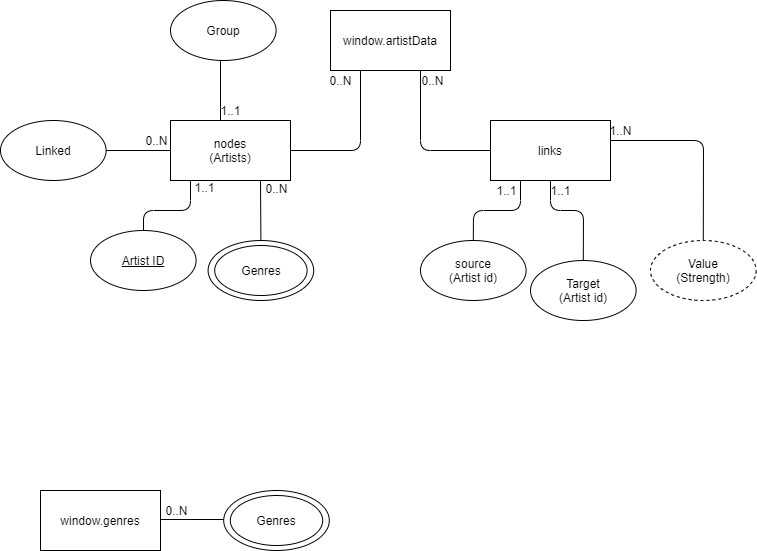
Before: images/Data Schema.png, a diagram exported from draw.io (chiefton117/MusicGraph). Source tidied: cells renumbered, new cells last; positions are measured from the earlier drawing's top-left corner, leaving out a move shared by most shapes. Source of this version:
```xml
<mxGraphModel>
  <root>
    <mxCell id="0" />
    <mxCell id="1" parent="0" />
    <mxCell id="2" value="window.artistData" style="rounded=0;whiteSpace=wrap;html=1;" parent="1" vertex="1">
      <mxGeometry x="330" y="10" width="120" height="60" as="geometry" />
    </mxCell>
    <mxCell id="3" value="nodes&lt;br&gt;(Artists)" style="rounded=0;whiteSpace=wrap;html=1;" parent="1" vertex="1">
      <mxGeometry x="170" y="120" width="120" height="60" as="geometry" />
    </mxCell>
    <mxCell id="4" value="links" style="rounded=0;whiteSpace=wrap;html=1;" parent="1" vertex="1">
      <mxGeometry x="490" y="120" width="120" height="60" as="geometry" />
    </mxCell>
    <mxCell id="5" style="endArrow=none;html=1;entryX=0.25;entryY=1;entryDx=0;entryDy=0;exitX=1;exitY=0.5;exitDx=0;exitDy=0;" parent="1" edge="1" source="3" target="2">
      <mxGeometry relative="1" as="geometry">
        <Array as="points">
          <mxPoint x="360" y="150" />
        </Array>
      </mxGeometry>
    </mxCell>
    <mxCell id="6" style="endArrow=none;html=1;exitX=0.75;exitY=1;exitDx=0;exitDy=0;entryX=0;entryY=0.5;entryDx=0;entryDy=0;" parent="1" edge="1" source="2" target="4">
      <mxGeometry relative="1" as="geometry">
        <Array as="points">
          <mxPoint x="420" y="150" />
        </Array>
      </mxGeometry>
    </mxCell>
    <mxCell id="7" value="0..N" style="text;html=1;align=center;verticalAlign=middle;" parent="1" vertex="1">
      <mxGeometry x="412" y="70" width="40" height="20" as="geometry" />
    </mxCell>
    <mxCell id="8" value="0..N" style="text;html=1;align=center;verticalAlign=middle;" parent="1" vertex="1">
      <mxGeometry x="320" y="70" width="40" height="20" as="geometry" />
    </mxCell>
    <mxCell id="9" value="source&lt;br&gt;(Artist id)" style="ellipse;whiteSpace=wrap;html=1;" parent="1" vertex="1">
      <mxGeometry x="420" y="240" width="105.6" height="60" as="geometry" />
    </mxCell>
    <mxCell id="10" value="Target&lt;br&gt;(Artist id)" style="ellipse;whiteSpace=wrap;html=1;" parent="1" vertex="1">
      <mxGeometry x="530" y="260" width="105.6" height="60" as="geometry" />
    </mxCell>
    <mxCell id="11" value="Value&lt;br&gt;(Strength)" style="ellipse;whiteSpace=wrap;html=1;fillColor=#FFFFFF;dashed=1;" parent="1" vertex="1">
      <mxGeometry x="650" y="240" width="105.6" height="60" as="geometry" />
    </mxCell>
    <mxCell id="12" style="endArrow=none;html=1;exitX=0.5;exitY=0;exitDx=0;exitDy=0;entryX=0.25;entryY=1;entryDx=0;entryDy=0;" parent="1" edge="1" source="9" target="4">
      <mxGeometry relative="1" as="geometry">
        <Array as="points">
          <mxPoint x="473" y="210" />
          <mxPoint x="520" y="210" />
        </Array>
      </mxGeometry>
    </mxCell>
    <mxCell id="13" style="endArrow=none;html=1;entryX=0.5;entryY=1;entryDx=0;entryDy=0;exitX=0.5;exitY=0;exitDx=0;exitDy=0;" parent="1" edge="1" source="10" target="4">
      <mxGeometry relative="1" as="geometry">
        <Array as="points">
          <mxPoint x="583" y="210" />
          <mxPoint x="550" y="210" />
        </Array>
      </mxGeometry>
    </mxCell>
    <mxCell id="14" style="endArrow=none;html=1;entryX=0.5;entryY=1;entryDx=0;entryDy=0;exitX=0.5;exitY=0;exitDx=0;exitDy=0;" parent="1" edge="1" source="11">
      <mxGeometry relative="1" as="geometry">
        <mxPoint x="610" y="140" as="targetPoint" />
        <Array as="points">
          <mxPoint x="703" y="140" />
        </Array>
      </mxGeometry>
    </mxCell>
    <mxCell id="15" value="1..1" style="text;html=1;align=center;verticalAlign=middle;" parent="1" vertex="1">
      <mxGeometry x="485.6" y="180" width="40" height="20" as="geometry" />
    </mxCell>
    <mxCell id="16" value="1..1" style="text;html=1;align=center;verticalAlign=middle;" parent="1" vertex="1">
      <mxGeometry x="540" y="180" width="40" height="20" as="geometry" />
    </mxCell>
    <mxCell id="17" value="1..N" style="text;html=1;align=center;verticalAlign=middle;" parent="1" vertex="1">
      <mxGeometry x="600" y="120" width="40" height="20" as="geometry" />
    </mxCell>
    <mxCell id="18" style="endArrow=none;html=1;exitX=0.5;exitY=0;exitDx=0;exitDy=0;entryX=0.25;entryY=1;entryDx=0;entryDy=0;" parent="1" edge="1">
      <mxGeometry relative="1" as="geometry">
        <mxPoint x="143" y="240" as="sourcePoint" />
        <mxPoint x="190" y="180" as="targetPoint" />
        <Array as="points">
          <mxPoint x="143" y="210" />
          <mxPoint x="190" y="210" />
        </Array>
      </mxGeometry>
    </mxCell>
    <mxCell id="19" value="&lt;u&gt;Artist ID&lt;/u&gt;" style="ellipse;whiteSpace=wrap;html=1;" parent="1" vertex="1">
      <mxGeometry x="90" y="230" width="105.6" height="60" as="geometry" />
    </mxCell>
    <mxCell id="20" value="Genres" style="ellipse;whiteSpace=wrap;html=1;perimeterSpacing=0;sketch=0;shadow=0;labelBorderColor=none;" parent="1" vertex="1">
      <mxGeometry x="207.6" y="240" width="105.6" height="60" as="geometry" />
    </mxCell>
    <mxCell id="21" value="Linked" style="ellipse;whiteSpace=wrap;html=1;" parent="1" vertex="1">
      <mxGeometry y="120" width="105.6" height="60" as="geometry" />
    </mxCell>
    <mxCell id="22" value="Group" style="ellipse;whiteSpace=wrap;html=1;" parent="1" vertex="1">
      <mxGeometry x="170" width="105.6" height="60" as="geometry" />
    </mxCell>
    <mxCell id="23" style="endArrow=none;html=1;" parent="1" edge="1">
      <mxGeometry relative="1" as="geometry">
        <mxPoint x="220" y="120" as="sourcePoint" />
        <mxPoint x="220" y="60" as="targetPoint" />
      </mxGeometry>
    </mxCell>
    <mxCell id="24" value="1..1" style="text;html=1;align=center;verticalAlign=middle;" parent="1" vertex="1">
      <mxGeometry x="210" y="100" width="40" height="20" as="geometry" />
    </mxCell>
    <mxCell id="25" style="endArrow=none;html=1;strokeColor=#000000;exitX=1;exitY=0.5;exitDx=0;exitDy=0;entryX=0;entryY=0.5;entryDx=0;entryDy=0;" parent="1" edge="1" source="21" target="3">
      <mxGeometry relative="1" as="geometry" />
    </mxCell>
    <mxCell id="26" value="0..N" style="text;html=1;align=center;verticalAlign=middle;" parent="1" vertex="1">
      <mxGeometry x="136" y="130" width="40" height="20" as="geometry" />
    </mxCell>
    <mxCell id="27" value="1..1" style="text;html=1;align=center;verticalAlign=middle;" parent="1" vertex="1">
      <mxGeometry x="184" y="177" width="40" height="20" as="geometry" />
    </mxCell>
    <mxCell id="28" style="endArrow=none;html=1;strokeColor=#000000;exitX=0.5;exitY=0;exitDx=0;exitDy=0;entryX=0.75;entryY=1;entryDx=0;entryDy=0;" parent="1" edge="1" source="20" target="3">
      <mxGeometry relative="1" as="geometry" />
    </mxCell>
    <mxCell id="29" value="0..N" style="text;html=1;align=center;verticalAlign=middle;" parent="1" vertex="1">
      <mxGeometry x="256" y="178" width="40" height="20" as="geometry" />
    </mxCell>
    <mxCell id="30" style="ellipse;whiteSpace=wrap;html=1;perimeterSpacing=0;sketch=0;shadow=0;labelBorderColor=none;fillColor=none;" parent="1" vertex="1">
      <mxGeometry x="214.2" y="245" width="92.4" height="50" as="geometry" />
    </mxCell>
    <mxCell id="31" value="window.genres" style="rounded=0;whiteSpace=wrap;html=1;" parent="1" vertex="1">
      <mxGeometry x="40" y="490" width="120" height="60" as="geometry" />
    </mxCell>
    <mxCell id="32" value="0..N" style="text;html=1;align=center;verticalAlign=middle;" parent="1" vertex="1">
      <mxGeometry x="155.6" y="500" width="40" height="20" as="geometry" />
    </mxCell>
    <mxCell id="33" style="endArrow=none;html=1;strokeColor=#000000;exitX=1;exitY=0.5;exitDx=0;exitDy=0;entryX=0;entryY=0.5;entryDx=0;entryDy=0;" parent="1" edge="1">
      <mxGeometry relative="1" as="geometry">
        <mxPoint x="160" y="519" as="sourcePoint" />
        <mxPoint x="224.4" y="519" as="targetPoint" />
      </mxGeometry>
    </mxCell>
    <mxCell id="34" value="Genres" style="ellipse;whiteSpace=wrap;html=1;perimeterSpacing=0;sketch=0;shadow=0;labelBorderColor=none;" parent="1" vertex="1">
      <mxGeometry x="223.2" y="490" width="105.6" height="60" as="geometry" />
    </mxCell>
    <mxCell id="35" style="ellipse;whiteSpace=wrap;html=1;perimeterSpacing=0;sketch=0;shadow=0;labelBorderColor=none;fillColor=none;" parent="1" vertex="1">
      <mxGeometry x="229.8" y="495" width="92.4" height="50" as="geometry" />
    </mxCell>
  </root>
</mxGraphModel>
```
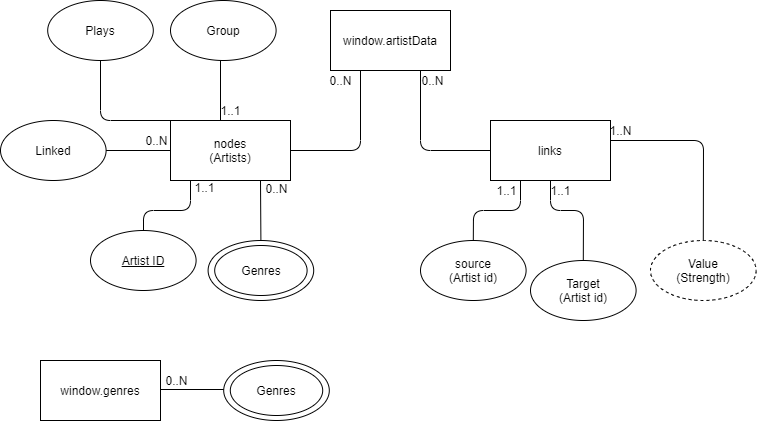
The same diagram one commit later.

The edit, as a diff of the source:
```diff
@@ -123,22 +123,33 @@
       <mxGeometry x="214.2" y="245" width="92.4" height="50" as="geometry" />
     </mxCell>
     <mxCell id="31" value="window.genres" style="rounded=0;whiteSpace=wrap;html=1;" parent="1" vertex="1">
-      <mxGeometry x="40" y="490" width="120" height="60" as="geometry" />
+      <mxGeometry x="40" y="360" width="120" height="60" as="geometry" />
     </mxCell>
     <mxCell id="32" value="0..N" style="text;html=1;align=center;verticalAlign=middle;" parent="1" vertex="1">
-      <mxGeometry x="155.6" y="500" width="40" height="20" as="geometry" />
+      <mxGeometry x="155.6" y="370" width="40" height="20" as="geometry" />
     </mxCell>
     <mxCell id="33" style="endArrow=none;html=1;strokeColor=#000000;exitX=1;exitY=0.5;exitDx=0;exitDy=0;entryX=0;entryY=0.5;entryDx=0;entryDy=0;" parent="1" edge="1">
       <mxGeometry relative="1" as="geometry">
-        <mxPoint x="160" y="519" as="sourcePoint" />
-        <mxPoint x="224.4" y="519" as="targetPoint" />
+        <mxPoint x="160" y="389" as="sourcePoint" />
+        <mxPoint x="224.4" y="389" as="targetPoint" />
       </mxGeometry>
     </mxCell>
     <mxCell id="34" value="Genres" style="ellipse;whiteSpace=wrap;html=1;perimeterSpacing=0;sketch=0;shadow=0;labelBorderColor=none;" parent="1" vertex="1">
-      <mxGeometry x="223.2" y="490" width="105.6" height="60" as="geometry" />
+      <mxGeometry x="223.2" y="360" width="105.6" height="60" as="geometry" />
     </mxCell>
     <mxCell id="35" style="ellipse;whiteSpace=wrap;html=1;perimeterSpacing=0;sketch=0;shadow=0;labelBorderColor=none;fillColor=none;" parent="1" vertex="1">
-      <mxGeometry x="229.8" y="495" width="92.4" height="50" as="geometry" />
+      <mxGeometry x="229.8" y="365" width="92.4" height="50" as="geometry" />
     </mxCell>
+    <mxCell id="36" value="Plays" style="ellipse;whiteSpace=wrap;html=1;" parent="1" vertex="1">
+      <mxGeometry x="47.2" width="105.6" height="60" as="geometry" />
+    </mxCell>
+    <mxCell id="37" style="endArrow=none;html=1;entryX=0.5;entryY=1;entryDx=0;entryDy=0;" parent="1" edge="1" target="36">
+      <mxGeometry relative="1" as="geometry">
+        <mxPoint x="184" y="120" as="sourcePoint" />
+        <Array as="points">
+          <mxPoint x="100" y="120" />
+        </Array>
+      </mxGeometry>
+    </mxCell>
   </root>
 </mxGraphModel>
```
